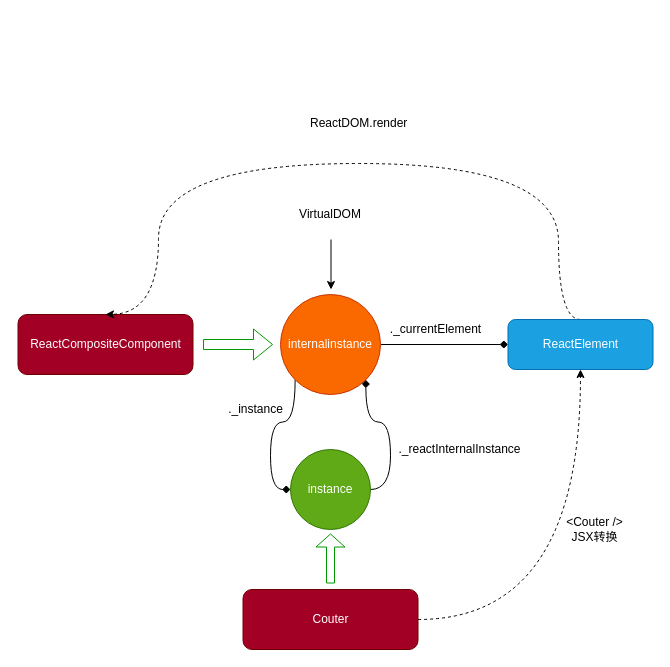
Above: relation.drawio in liufuhu/- (draw.io), before the change. Source tidied: cells renumbered, new cells numbered last; positions are measured from the earlier drawing's top-left corner, leaving out a move shared by most shapes. Both pictures are drawn from the tidied source at 100%, with x=0, y=0 at pixel (17, 113).
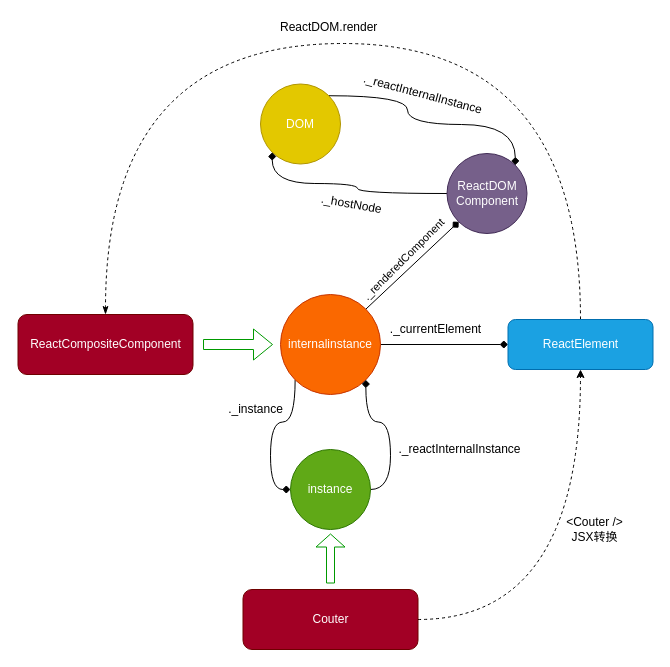
The same page after the edit.

The change refers to these unchanged cells:
```xml
<mxCell id="4" value="internalinstance" style="ellipse;whiteSpace=wrap;html=1;fillColor=#fa6800;strokeColor=#C73500;fontColor=#ffffff;" parent="1" vertex="1">
  <mxGeometry x="263" y="181" width="100" height="100" as="geometry" />
</mxCell>
<mxCell id="6" value="&lt;span&gt;ReactCompositeComponent&lt;/span&gt;" style="rounded=1;whiteSpace=wrap;html=1;fillColor=#a20025;strokeColor=#6F0000;fontColor=#ffffff;" parent="1" vertex="1">
  <mxGeometry x="0.5" y="201" width="175" height="60" as="geometry" />
</mxCell>
<mxCell id="8" value="&lt;span&gt;ReactElement&lt;/span&gt;" style="rounded=1;whiteSpace=wrap;html=1;fillColor=#1ba1e2;strokeColor=#006EAF;fontColor=#ffffff;" parent="1" vertex="1">
  <mxGeometry x="490.5" y="206" width="145" height="50" as="geometry" />
</mxCell>
```

The edit, as a diff of the source:
```diff
@@
+    <mxCell id="21" style="edgeStyle=none;rounded=0;jettySize=auto;html=1;exitX=1;exitY=0;exitDx=0;exitDy=0;entryX=0;entryY=1;entryDx=0;entryDy=0;endArrow=diamond;endFill=1;strokeColor=#000000;" parent="1" edge="1" source="4" target="25">
+      <mxGeometry relative="1" as="geometry" />
+    </mxCell>
@@
-    <mxCell id="7" style="edgeStyle=orthogonalEdgeStyle;curved=1;rounded=0;jettySize=auto;html=1;exitX=0.5;exitY=0;exitDx=0;exitDy=0;entryX=0.5;entryY=0;entryDx=0;entryDy=0;dashed=1;strokeColor=#000000;" parent="1" edge="1" source="8" target="6">
+    <mxCell id="7" style="edgeStyle=orthogonalEdgeStyle;rounded=0;jettySize=auto;html=1;exitX=0.5;exitY=0;exitDx=0;exitDy=0;entryX=0.5;entryY=0;entryDx=0;entryDy=0;endArrow=classicThin;endFill=1;strokeColor=#000000;curved=1;dashed=1;" parent="1" edge="1" source="8" target="6">
       <mxGeometry relative="1" as="geometry">
         <Array as="points">
-          <mxPoint x="541" y="206" />
-          <mxPoint x="541" y="50" />
-          <mxPoint x="141" y="50" />
-          <mxPoint x="141" y="200" />
+          <mxPoint x="563" y="-70" />
+          <mxPoint x="88" y="-70" />
         </Array>
       </mxGeometry>
     </mxCell>
@@
     <mxCell id="18" value="ReactDOM.render" style="text;html=1;align=left;verticalAlign=top;spacingTop=-4;" parent="1" vertex="1">
-      <mxGeometry x="290.5" width="110" height="20" as="geometry" />
+      <mxGeometry x="261" y="-96" width="110" height="20" as="geometry" />
     </mxCell>
-    <mxCell id="19" style="edgeStyle=none;rounded=0;orthogonalLoop=1;jettySize=auto;html=1;endArrow=classic;endFill=1;strokeColor=#000000;" parent="1" edge="1">
-      <mxGeometry relative="1" as="geometry">
-        <mxPoint x="313.5" y="126" as="sourcePoint" />
-        <mxPoint x="313.5" y="176" as="targetPoint" />
-      </mxGeometry>
-    </mxCell>
-    <mxCell id="20" value="VirtualDOM&lt;br&gt;" style="text;html=1;strokeColor=none;fillColor=none;align=center;verticalAlign=middle;whiteSpace=wrap;rounded=0;" parent="1" vertex="1">
-      <mxGeometry x="293" y="90.5" width="40" height="20" as="geometry" />
-    </mxCell>
+    <mxCell id="22" style="edgeStyle=orthogonalEdgeStyle;rounded=0;jettySize=auto;html=1;exitX=1;exitY=0;exitDx=0;exitDy=0;entryX=1;entryY=0;entryDx=0;entryDy=0;endArrow=diamond;endFill=1;strokeColor=#000000;elbow=vertical;curved=1;" parent="1" edge="1" source="23" target="25">
+      <mxGeometry relative="1" as="geometry">
+        <Array as="points">
+          <mxPoint x="390" y="-18" />
+          <mxPoint x="390" y="11" />
+          <mxPoint x="498" y="11" />
+        </Array>
+      </mxGeometry>
+    </mxCell>
+    <mxCell id="23" value="DOM" style="ellipse;whiteSpace=wrap;html=1;fillColor=#e3c800;strokeColor=#B09500;fontColor=#ffffff;" parent="1" vertex="1">
+      <mxGeometry x="243" y="-29.5" width="80" height="80" as="geometry" />
+    </mxCell>
+    <mxCell id="24" style="edgeStyle=orthogonalEdgeStyle;rounded=0;jettySize=auto;html=1;exitX=0;exitY=0.5;exitDx=0;exitDy=0;entryX=0;entryY=1;entryDx=0;entryDy=0;endArrow=diamond;endFill=1;strokeColor=#000000;curved=1;" parent="1" edge="1" source="25" target="23">
+      <mxGeometry relative="1" as="geometry">
+        <Array as="points">
+          <mxPoint x="340" y="80" />
+          <mxPoint x="340" y="70" />
+          <mxPoint x="255" y="70" />
+        </Array>
+      </mxGeometry>
+    </mxCell>
+    <mxCell id="25" value="ReactDOM&lt;br&gt;Component" style="ellipse;whiteSpace=wrap;html=1;fillColor=#76608a;strokeColor=#432D57;fontColor=#ffffff;" parent="1" vertex="1">
+      <mxGeometry x="429.5" y="40" width="80" height="80" as="geometry" />
+    </mxCell>
+    <mxCell id="26" value="&lt;div&gt;&lt;/div&gt;&lt;span&gt;&lt;font style=&quot;font-size: 11px&quot;&gt;._renderedComponent&lt;/font&gt;&lt;/span&gt;" style="text;html=1;strokeColor=none;fillColor=none;align=center;verticalAlign=middle;whiteSpace=wrap;rounded=0;rotation=-45;" parent="1" vertex="1">
+      <mxGeometry x="316" y="136" width="141" height="20" as="geometry" />
+    </mxCell>
+    <mxCell id="27" value="&lt;div&gt;._hostNode&lt;/div&gt;" style="text;html=1;strokeColor=none;fillColor=none;align=center;verticalAlign=middle;whiteSpace=wrap;rounded=0;rotation=10;" parent="1" vertex="1">
+      <mxGeometry x="283" y="80.5" width="103" height="20" as="geometry" />
+    </mxCell>
+    <mxCell id="28" value="&lt;span&gt;._reactInternalInstance&lt;/span&gt;" style="text;html=1;strokeColor=none;fillColor=none;align=center;verticalAlign=middle;whiteSpace=wrap;rounded=0;rotation=15;" parent="1" vertex="1">
+      <mxGeometry x="340" y="-29.5" width="132" height="20" as="geometry" />
+    </mxCell>
```
